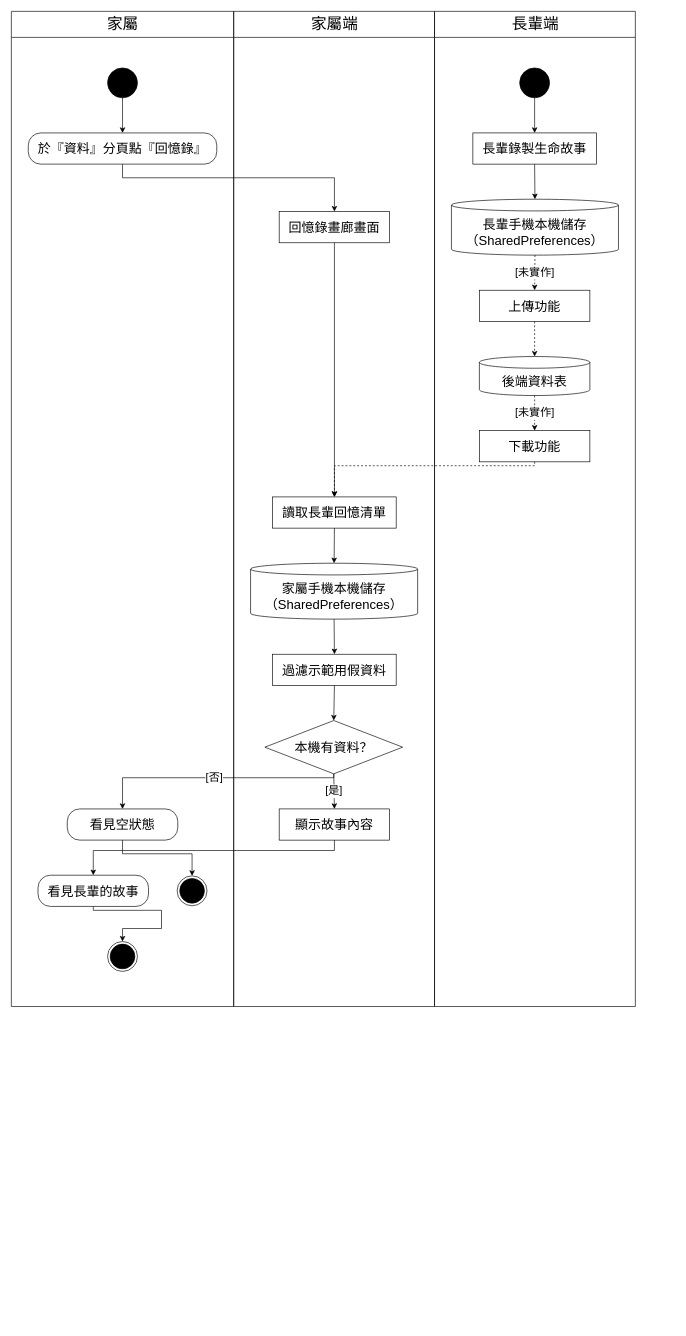
Above: Uban System Documents/drawio圖/A20-生命回顧（家屬）.drawio in HuangYu-Kai/Uban (draw.io), before the change. Source tidied: cells renumbered, new cells numbered last; positions are measured from the earlier drawing's top-left corner, leaving out a move shared by most shapes. Both pictures are drawn from the tidied source at 65%, with x=0, y=0 at pixel (11, 11).
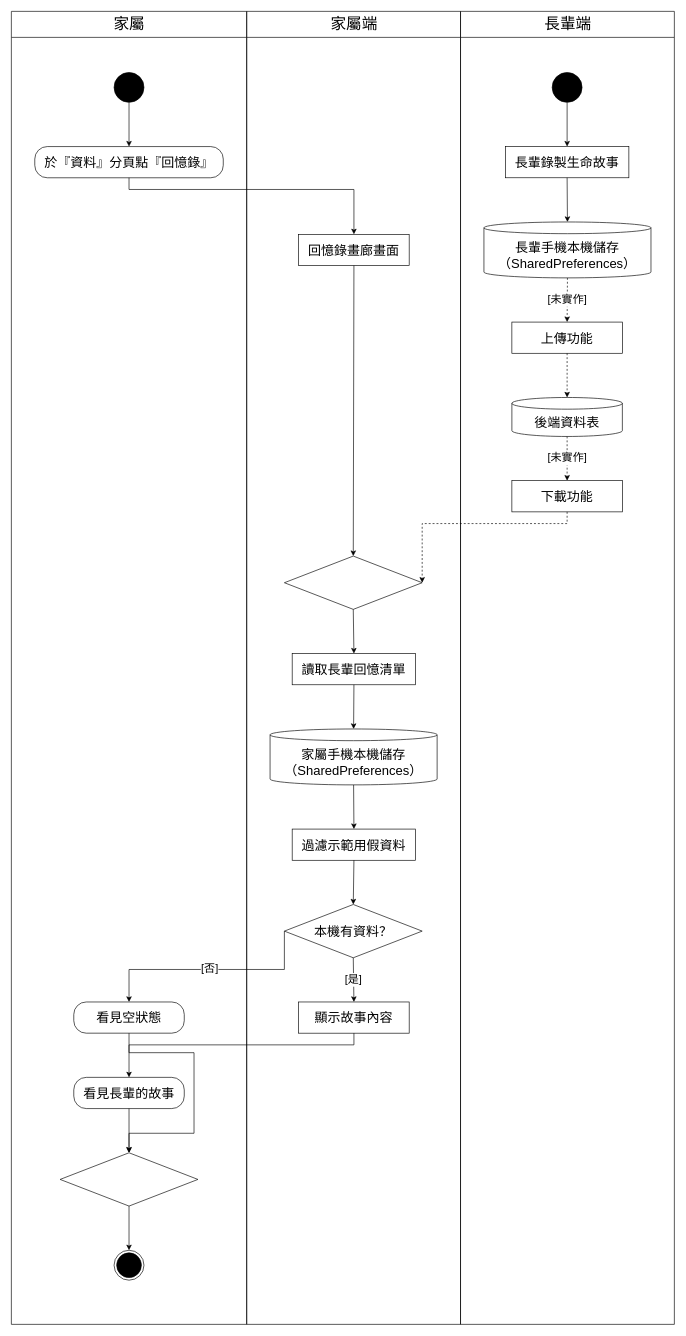
The same page after the edit.

Diff of the diagram source:
```diff
@@
     <mxCell id="2" value="家屬" style="swimlane;html=1;horizontal=1;startSize=40;fillColor=none;strokeColor=#000000;fontSize=24;fontColor=#000000;fontStyle=0;swimlaneFillColor=none;" parent="1" vertex="1">
-      <mxGeometry width="342" height="1531" as="geometry" />
+      <mxGeometry width="362" height="2020" as="geometry" />
     </mxCell>
     <mxCell id="3" value="家屬端" style="swimlane;html=1;horizontal=1;startSize=40;fillColor=none;strokeColor=#000000;fontSize=24;fontColor=#000000;fontStyle=0;swimlaneFillColor=none;" parent="1" vertex="1">
-      <mxGeometry x="342" width="309" height="1531" as="geometry" />
+      <mxGeometry x="362" width="329" height="2020" as="geometry" />
     </mxCell>
     <mxCell id="4" value="長輩端" style="swimlane;html=1;horizontal=1;startSize=40;fillColor=none;strokeColor=#000000;fontSize=24;fontColor=#000000;fontStyle=0;swimlaneFillColor=none;" parent="1" vertex="1">
-      <mxGeometry x="651" width="309" height="1531" as="geometry" />
+      <mxGeometry x="691" width="329" height="2020" as="geometry" />
     </mxCell>
     <mxCell id="5" style="ellipse;html=1;fillColor=#000000;strokeColor=#000000;" parent="2" vertex="1">
-      <mxGeometry x="148" y="87" width="46" height="46" as="geometry" />
+      <mxGeometry x="158" y="94" width="46" height="46" as="geometry" />
     </mxCell>
     <mxCell id="6" value="於『資料』分頁點『回憶錄』" style="rounded=1;arcSize=40;whiteSpace=wrap;html=1;fillColor=#FFFFFF;strokeColor=#000000;fontSize=20;fontColor=#000000;" parent="2" vertex="1">
-      <mxGeometry x="26" y="187" width="290" height="48" as="geometry" />
+      <mxGeometry x="36" y="208" width="290" height="48" as="geometry" />
     </mxCell>
     <mxCell id="7" value="看見長輩的故事" style="rounded=1;arcSize=40;whiteSpace=wrap;html=1;fillColor=#FFFFFF;strokeColor=#000000;fontSize=20;fontColor=#000000;" parent="2" vertex="1">
-      <mxGeometry x="41" y="1329" width="170" height="48" as="geometry" />
+      <mxGeometry x="96" y="1640" width="170" height="48" as="geometry" />
     </mxCell>
-    <mxCell id="8" style="ellipse;html=1;shape=endState;fillColor=#000000;strokeColor=#000000;" parent="2" vertex="1">
-      <mxGeometry x="148" y="1431" width="46" height="46" as="geometry" />
-    </mxCell>
     <mxCell id="9" value="看見空狀態" style="rounded=1;arcSize=40;whiteSpace=wrap;html=1;fillColor=#FFFFFF;strokeColor=#000000;fontSize=20;fontColor=#000000;" parent="2" vertex="1">
-      <mxGeometry x="86" y="1227" width="170" height="48" as="geometry" />
+      <mxGeometry x="96" y="1524" width="170" height="48" as="geometry" />
     </mxCell>
-    <mxCell id="10" style="ellipse;html=1;shape=endState;fillColor=#000000;strokeColor=#000000;" parent="2" vertex="1">
-      <mxGeometry x="255" y="1330" width="46" height="46" as="geometry" />
-    </mxCell>
+    <mxCell id="40" style="rhombus;whiteSpace=wrap;html=1;fillColor=#FFFFFF;strokeColor=#000000;fontSize=20;fontColor=#000000;" parent="2" vertex="1">
+      <mxGeometry x="75" y="1756" width="212" height="82" as="geometry" />
+    </mxCell>
+    <mxCell id="41" style="ellipse;html=1;shape=endState;fillColor=#000000;strokeColor=#000000;" parent="2" vertex="1">
+      <mxGeometry x="158" y="1906" width="46" height="46" as="geometry" />
+    </mxCell>
     <mxCell id="11" value="回憶錄畫廊畫面" style="rounded=0;whiteSpace=wrap;html=1;fillColor=#FFFFFF;strokeColor=#000000;fontSize=20;fontColor=#000000;" parent="3" vertex="1">
-      <mxGeometry x="70" y="308" width="170" height="48" as="geometry" />
+      <mxGeometry x="80" y="343" width="170" height="48" as="geometry" />
     </mxCell>
     <mxCell id="12" value="讀取長輩回憶清單" style="rounded=0;whiteSpace=wrap;html=1;fillColor=#FFFFFF;strokeColor=#000000;fontSize=20;fontColor=#000000;" parent="3" vertex="1">
-      <mxGeometry x="60" y="747" width="190" height="48" as="geometry" />
+      <mxGeometry x="70" y="988" width="190" height="48" as="geometry" />
     </mxCell>
     <mxCell id="13" value="家屬手機本機儲存&lt;br&gt;（SharedPreferences）" style="shape=cylinder3;boundedLbl=1;backgroundOutline=1;size=9;whiteSpace=wrap;html=1;fillColor=#FFFFFF;strokeColor=#000000;fontSize=20;fontColor=#000000;" parent="3" vertex="1">
-      <mxGeometry x="26" y="849" width="257" height="86" as="geometry" />
+      <mxGeometry x="36" y="1104" width="257" height="86" as="geometry" />
     </mxCell>
     <mxCell id="14" value="過濾示範用假資料" style="rounded=0;whiteSpace=wrap;html=1;fillColor=#FFFFFF;strokeColor=#000000;fontSize=20;fontColor=#000000;" parent="3" vertex="1">
-      <mxGeometry x="60" y="989" width="190" height="48" as="geometry" />
+      <mxGeometry x="70" y="1258" width="190" height="48" as="geometry" />
     </mxCell>
     <mxCell id="15" value="本機有資料？" style="rhombus;whiteSpace=wrap;html=1;fillColor=#FFFFFF;strokeColor=#000000;fontSize=20;fontColor=#000000;" parent="3" vertex="1">
-      <mxGeometry x="48" y="1091" width="212" height="82" as="geometry" />
+      <mxGeometry x="58" y="1374" width="212" height="82" as="geometry" />
     </mxCell>
     <mxCell id="16" value="顯示故事內容" style="rounded=0;whiteSpace=wrap;html=1;fillColor=#FFFFFF;strokeColor=#000000;fontSize=20;fontColor=#000000;" parent="3" vertex="1">
-      <mxGeometry x="70" y="1227" width="170" height="48" as="geometry" />
+      <mxGeometry x="80" y="1524" width="170" height="48" as="geometry" />
     </mxCell>
+    <mxCell id="42" style="rhombus;whiteSpace=wrap;html=1;fillColor=#FFFFFF;strokeColor=#000000;fontSize=20;fontColor=#000000;" parent="3" vertex="1">
+      <mxGeometry x="58" y="838" width="212" height="82" as="geometry" />
+    </mxCell>
     <mxCell id="17" style="ellipse;html=1;fillColor=#000000;strokeColor=#000000;" parent="4" vertex="1">
-      <mxGeometry x="131" y="87" width="46" height="46" as="geometry" />
+      <mxGeometry x="141" y="94" width="46" height="46" as="geometry" />
     </mxCell>
     <mxCell id="18" value="長輩錄製生命故事" style="rounded=0;whiteSpace=wrap;html=1;fillColor=#FFFFFF;strokeColor=#000000;fontSize=20;fontColor=#000000;" parent="4" vertex="1">
-      <mxGeometry x="59" y="187" width="190" height="48" as="geometry" />
+      <mxGeometry x="69" y="208" width="190" height="48" as="geometry" />
     </mxCell>
     <mxCell id="19" value="長輩手機本機儲存&lt;br&gt;（SharedPreferences）" style="shape=cylinder3;boundedLbl=1;backgroundOutline=1;size=9;whiteSpace=wrap;html=1;fillColor=#FFFFFF;strokeColor=#000000;fontSize=20;fontColor=#000000;" parent="4" vertex="1">
-      <mxGeometry x="26" y="289" width="257" height="86" as="geometry" />
+      <mxGeometry x="36" y="324" width="257" height="86" as="geometry" />
     </mxCell>
     <mxCell id="20" value="上傳功能" style="rounded=0;whiteSpace=wrap;html=1;fillColor=#FFFFFF;strokeColor=#000000;fontSize=20;fontColor=#000000;" parent="4" vertex="1">
-      <mxGeometry x="69" y="429" width="170" height="48" as="geometry" />
+      <mxGeometry x="79" y="478" width="170" height="48" as="geometry" />
     </mxCell>
     <mxCell id="21" value="後端資料表" style="shape=cylinder3;boundedLbl=1;backgroundOutline=1;size=9;whiteSpace=wrap;html=1;fillColor=#FFFFFF;strokeColor=#000000;fontSize=20;fontColor=#000000;" parent="4" vertex="1">
-      <mxGeometry x="69" y="531" width="170" height="60" as="geometry" />
+      <mxGeometry x="79" y="594" width="170" height="60" as="geometry" />
     </mxCell>
     <mxCell id="22" value="下載功能" style="rounded=0;whiteSpace=wrap;html=1;fillColor=#FFFFFF;strokeColor=#000000;fontSize=20;fontColor=#000000;" parent="4" vertex="1">
-      <mxGeometry x="69" y="645" width="170" height="48" as="geometry" />
+      <mxGeometry x="79" y="722" width="170" height="48" as="geometry" />
     </mxCell>
@@
-    <mxCell id="29" style="edgeStyle=none;rounded=0;html=1;strokeColor=#000000;fontSize=17;fontColor=#000000;labelBackgroundColor=#FFFFFF;endArrow=classic;endFill=1;exitPerimeter=0;entryPerimeter=0;dashed=1;exitX=0.5;exitY=1;exitDx=0;exitDy=0;entryX=0.5;entryY=0;entryDx=0;entryDy=0;" parent="1" edge="1" source="22" target="12">
+    <mxCell id="29" style="edgeStyle=none;rounded=0;html=1;strokeColor=#000000;fontSize=17;fontColor=#000000;labelBackgroundColor=#FFFFFF;endArrow=classic;endFill=1;exitPerimeter=0;entryPerimeter=0;dashed=1;exitX=0.5;exitY=1;exitDx=0;exitDy=0;entryX=1;entryY=0.5;entryDx=0;entryDy=0;" parent="1" edge="1" source="22" target="42">
       <mxGeometry relative="1" as="geometry">
         <Array as="points">
-          <mxPoint x="805" y="699" />
-          <mxPoint x="497" y="699" />
+          <mxPoint x="855" y="788" />
+          <mxPoint x="632" y="788" />
         </Array>
       </mxGeometry>
     </mxCell>
     <mxCell id="30" style="edgeStyle=none;rounded=0;html=1;strokeColor=#000000;fontSize=17;fontColor=#000000;labelBackgroundColor=#FFFFFF;endArrow=classic;endFill=1;exitPerimeter=0;entryPerimeter=0;exitX=0.5;exitY=1;exitDx=0;exitDy=0;entryX=0.5;entryY=0;entryDx=0;entryDy=0;" parent="1" edge="1" source="6" target="11">
       <mxGeometry relative="1" as="geometry">
         <Array as="points">
-          <mxPoint x="171" y="256" />
-          <mxPoint x="497" y="256" />
+          <mxPoint x="181" y="274" />
+          <mxPoint x="527" y="274" />
         </Array>
       </mxGeometry>
     </mxCell>
-    <mxCell id="31" style="edgeStyle=none;rounded=0;html=1;strokeColor=#000000;fontSize=17;fontColor=#000000;labelBackgroundColor=#FFFFFF;endArrow=classic;endFill=1;exitPerimeter=0;entryPerimeter=0;exitX=0.5;exitY=1;exitDx=0;exitDy=0;entryX=0.5;entryY=0;entryDx=0;entryDy=0;" parent="1" edge="1" source="11" target="12">
+    <mxCell id="31" style="edgeStyle=none;rounded=0;html=1;strokeColor=#000000;fontSize=17;fontColor=#000000;labelBackgroundColor=#FFFFFF;endArrow=classic;endFill=1;exitPerimeter=0;entryPerimeter=0;exitX=0.5;exitY=1;exitDx=0;exitDy=0;entryX=0.5;entryY=0;entryDx=0;entryDy=0;" parent="1" edge="1" source="11" target="42">
       <mxGeometry relative="1" as="geometry" />
     </mxCell>
@@
     <mxCell id="36" style="edgeStyle=none;rounded=0;html=1;strokeColor=#000000;fontSize=17;fontColor=#000000;labelBackgroundColor=#FFFFFF;endArrow=classic;endFill=1;exitPerimeter=0;entryPerimeter=0;exitX=0.5;exitY=1;exitDx=0;exitDy=0;entryX=0.5;entryY=0;entryDx=0;entryDy=0;" parent="1" edge="1" source="16" target="7">
       <mxGeometry relative="1" as="geometry">
         <Array as="points">
-          <mxPoint x="497" y="1291" />
-          <mxPoint x="126" y="1291" />
+          <mxPoint x="527" y="1590" />
+          <mxPoint x="181" y="1590" />
         </Array>
       </mxGeometry>
     </mxCell>
-    <mxCell id="37" value="[否]" style="edgeStyle=none;rounded=0;html=1;strokeColor=#000000;fontSize=17;fontColor=#000000;labelBackgroundColor=#FFFFFF;endArrow=classic;endFill=1;exitPerimeter=0;entryPerimeter=0;exitX=0.5;exitY=1;exitDx=0;exitDy=0;entryX=0.5;entryY=0;entryDx=0;entryDy=0;" parent="1" edge="1" source="15" target="9">
+    <mxCell id="37" value="[否]" style="edgeStyle=none;rounded=0;html=1;strokeColor=#000000;fontSize=17;fontColor=#000000;labelBackgroundColor=#FFFFFF;endArrow=classic;endFill=1;exitPerimeter=0;entryPerimeter=0;exitX=0;exitY=0.5;exitDx=0;exitDy=0;entryX=0.5;entryY=0;entryDx=0;entryDy=0;" parent="1" edge="1" source="15" target="9">
       <mxGeometry relative="1" as="geometry">
         <Array as="points">
-          <mxPoint x="496" y="1179" />
-          <mxPoint x="171" y="1179" />
+          <mxPoint x="420" y="1474" />
+          <mxPoint x="181" y="1474" />
         </Array>
       </mxGeometry>
     </mxCell>
-    <mxCell id="38" style="edgeStyle=none;rounded=0;html=1;strokeColor=#000000;fontSize=17;fontColor=#000000;labelBackgroundColor=#FFFFFF;endArrow=classic;endFill=1;exitPerimeter=0;entryPerimeter=0;exitX=0.5;exitY=1;exitDx=0;exitDy=0;entryX=0.5;entryY=0;entryDx=0;entryDy=0;" parent="1" edge="1" source="7" target="8">
-      <mxGeometry relative="1" as="geometry">
-        <Array as="points">
-          <mxPoint x="126" y="1383" />
-          <mxPoint x="231" y="1383" />
-          <mxPoint x="231" y="1411" />
-          <mxPoint x="171" y="1411" />
-        </Array>
-      </mxGeometry>
+    <mxCell id="38" style="edgeStyle=none;rounded=0;html=1;strokeColor=#000000;fontSize=17;fontColor=#000000;labelBackgroundColor=#FFFFFF;endArrow=classic;endFill=1;exitPerimeter=0;entryPerimeter=0;exitX=0.5;exitY=1;exitDx=0;exitDy=0;entryX=0.5;entryY=0;entryDx=0;entryDy=0;" parent="1" edge="1" source="7" target="40">
+      <mxGeometry relative="1" as="geometry" />
     </mxCell>
-    <mxCell id="39" style="edgeStyle=none;rounded=0;html=1;strokeColor=#000000;fontSize=17;fontColor=#000000;labelBackgroundColor=#FFFFFF;endArrow=classic;endFill=1;exitPerimeter=0;entryPerimeter=0;exitX=0.5;exitY=1;exitDx=0;exitDy=0;entryX=0.5;entryY=0;entryDx=0;entryDy=0;" parent="1" edge="1" source="9" target="10">
+    <mxCell id="39" style="edgeStyle=none;rounded=0;html=1;strokeColor=#000000;fontSize=17;fontColor=#000000;labelBackgroundColor=#FFFFFF;endArrow=classic;endFill=1;exitPerimeter=0;entryPerimeter=0;exitX=0.5;exitY=1;exitDx=0;exitDy=0;entryX=0.5;entryY=0;entryDx=0;entryDy=0;" parent="1" edge="1" source="9" target="40">
       <mxGeometry relative="1" as="geometry">
         <Array as="points">
-          <mxPoint x="171" y="1296" />
-          <mxPoint x="278" y="1296" />
+          <mxPoint x="181" y="1602" />
+          <mxPoint x="281" y="1602" />
+          <mxPoint x="281" y="1726" />
+          <mxPoint x="181" y="1726" />
         </Array>
       </mxGeometry>
     </mxCell>
+    <mxCell id="43" style="edgeStyle=none;rounded=0;html=1;strokeColor=#000000;fontSize=17;fontColor=#000000;labelBackgroundColor=#FFFFFF;endArrow=classic;endFill=1;exitPerimeter=0;entryPerimeter=0;exitX=0.5;exitY=1;exitDx=0;exitDy=0;entryX=0.5;entryY=0;entryDx=0;entryDy=0;" parent="1" edge="1" source="42" target="12">
+      <mxGeometry relative="1" as="geometry" />
+    </mxCell>
+    <mxCell id="44" style="edgeStyle=none;rounded=0;html=1;strokeColor=#000000;fontSize=17;fontColor=#000000;labelBackgroundColor=#FFFFFF;endArrow=classic;endFill=1;exitPerimeter=0;entryPerimeter=0;exitX=0.5;exitY=1;exitDx=0;exitDy=0;entryX=0.5;entryY=0;entryDx=0;entryDy=0;" parent="1" edge="1" source="40" target="41">
+      <mxGeometry relative="1" as="geometry" />
+    </mxCell>
```
